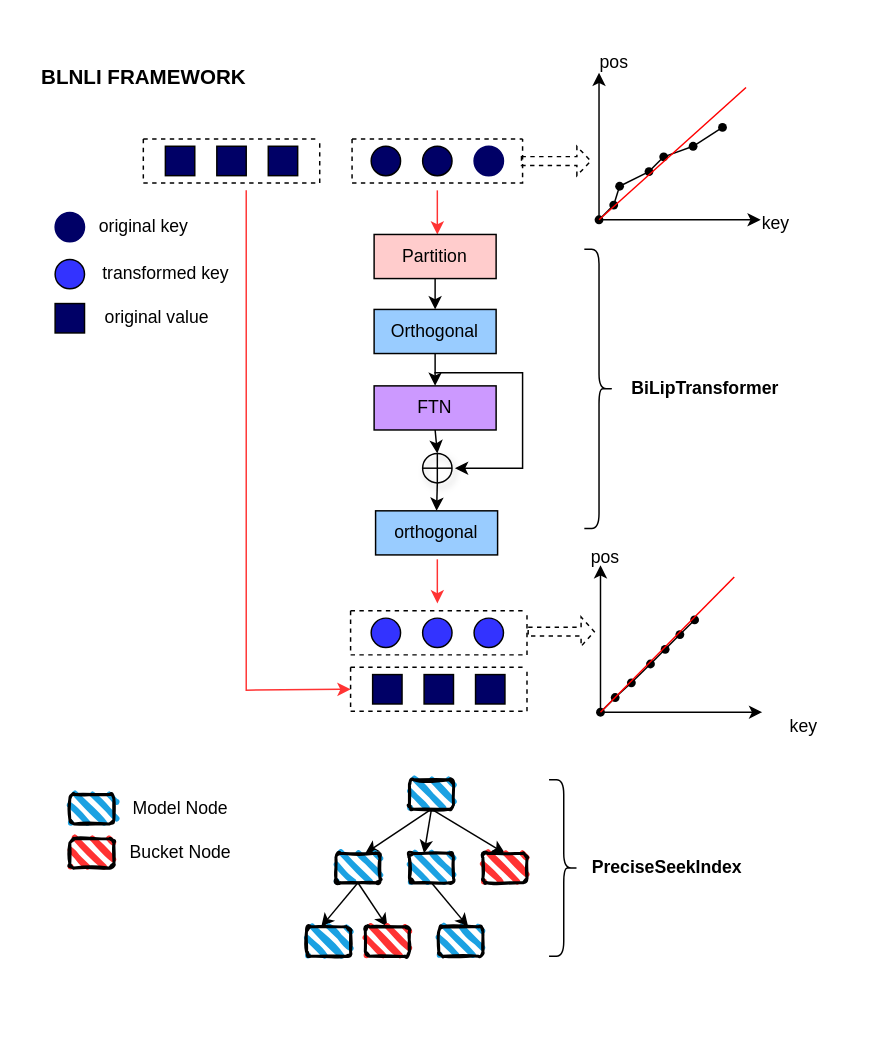
This is images/BLNLI.drawio from jingtao8a/draw.io, a draw.io file, before an edit. Source tidied: cells renumbered, new cells numbered last; positions are measured from the earlier drawing's top-left corner, leaving out a move shared by most shapes. Both pictures are drawn from the tidied source at 147%, with x=0, y=0 at pixel (25, 40).
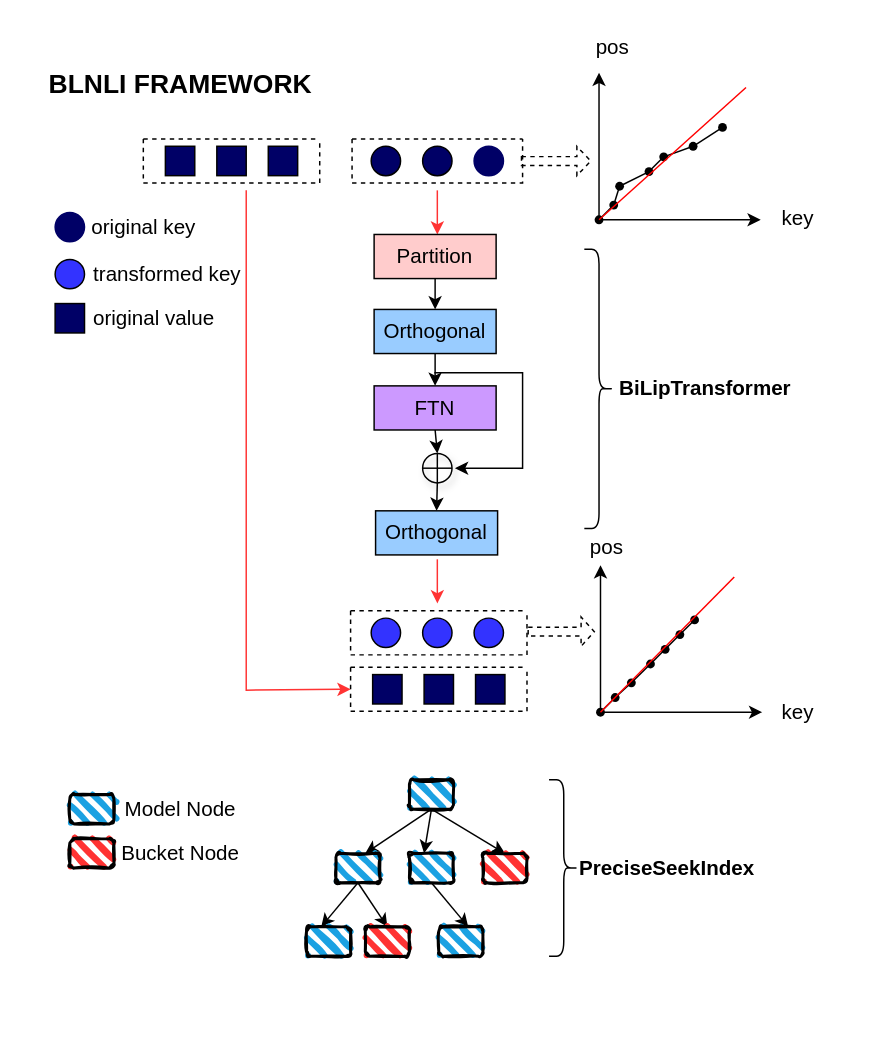
The same page after the edit.

The change refers to these unchanged cells:
```xml
<mxCell id="39" style="swimlane;startSize=0;strokeColor=none;" parent="1" vertex="1">
  <mxGeometry y="2" width="570" height="670" as="geometry" />
</mxCell>
```

The edit, as a diff of the source:
```diff
@@
-    <mxCell id="17" value="original value" style="text;html=1;align=center;verticalAlign=middle;strokeColor=none;fillColor=none;" parent="1" vertex="1">
-      <mxGeometry x="44" y="174" width="90" height="30" as="geometry" />
+    <mxCell id="17" value="&lt;font style=&quot;font-size: 14px;&quot;&gt;original value&lt;/font&gt;" style="text;html=1;align=center;verticalAlign=middle;strokeColor=none;fillColor=none;" parent="1" vertex="1">
+      <mxGeometry x="32" y="174" width="110" height="30" as="geometry" />
     </mxCell>
-    <mxCell id="18" value="transformed key" style="text;html=1;align=center;verticalAlign=middle;strokeColor=none;fillColor=none;" parent="1" vertex="1">
-      <mxGeometry x="40" y="144" width="110" height="30" as="geometry" />
+    <mxCell id="18" value="&lt;font style=&quot;font-size: 14px;&quot;&gt;transformed key&lt;/font&gt;" style="text;html=1;align=center;verticalAlign=middle;strokeColor=none;fillColor=none;" parent="1" vertex="1">
+      <mxGeometry x="36" y="144" width="120" height="30" as="geometry" />
     </mxCell>
-    <mxCell id="19" value="original key" style="text;html=1;align=center;verticalAlign=middle;strokeColor=none;fillColor=none;" parent="1" vertex="1">
-      <mxGeometry x="40" y="112" width="80" height="30" as="geometry" />
+    <mxCell id="19" value="&lt;font style=&quot;font-size: 14px;&quot;&gt;original key&lt;/font&gt;" style="text;html=1;align=center;verticalAlign=middle;strokeColor=none;fillColor=none;" parent="1" vertex="1">
+      <mxGeometry x="35" y="112" width="90" height="30" as="geometry" />
     </mxCell>
@@
-    <mxCell id="33" value="key" style="text;html=1;align=center;verticalAlign=middle;strokeColor=none;fillColor=none;" parent="1" vertex="1">
-      <mxGeometry x="490" y="110" width="40" height="30" as="geometry" />
-    </mxCell>
-    <mxCell id="34" value="pos" style="text;html=1;align=center;verticalAlign=middle;strokeColor=none;fillColor=none;" parent="1" vertex="1">
-      <mxGeometry x="380" width="40" height="30" as="geometry" />
+    <mxCell id="34" value="&lt;font style=&quot;font-size: 14px;&quot;&gt;pos&lt;/font&gt;" style="text;html=1;align=center;verticalAlign=middle;strokeColor=none;fillColor=none;" parent="1" vertex="1">
+      <mxGeometry x="374" y="-10" width="50" height="30" as="geometry" />
     </mxCell>
@@
-    <mxCell id="38" value="key" style="text;html=1;align=center;verticalAlign=middle;strokeColor=none;fillColor=none;" parent="1" vertex="1">
-      <mxGeometry x="509" y="452" width="40" height="30" as="geometry" />
-    </mxCell>
@@
-    <mxCell id="40" value="&lt;b&gt;&lt;font style=&quot;font-size: 14px;&quot;&gt;BLNLI FRAMEWORK&lt;/font&gt;&lt;/b&gt;" style="text;html=1;align=center;verticalAlign=middle;strokeColor=none;fillColor=none;" parent="39" vertex="1">
-      <mxGeometry y="8" width="160" height="30" as="geometry" />
+    <mxCell id="40" value="&lt;b&gt;&lt;font style=&quot;font-size: 18px;&quot;&gt;BLNLI FRAMEWORK&lt;/font&gt;&lt;/b&gt;" style="text;html=1;align=center;verticalAlign=middle;strokeColor=none;fillColor=none;" parent="39" vertex="1">
+      <mxGeometry x="5" y="8" width="200" height="40" as="geometry" />
     </mxCell>
@@
-    <mxCell id="44" value="&lt;b&gt;PreciseSeekIndex&lt;/b&gt;" style="text;html=1;align=center;verticalAlign=middle;strokeColor=none;fillColor=none;rotation=0;" parent="39" vertex="1">
-      <mxGeometry x="371" y="546" width="130" height="30" as="geometry" />
+    <mxCell id="44" value="&lt;b&gt;&lt;font style=&quot;font-size: 14px;&quot;&gt;PreciseSeekIndex&lt;/font&gt;&lt;/b&gt;" style="text;html=1;align=center;verticalAlign=middle;strokeColor=none;fillColor=none;rotation=0;" parent="39" vertex="1">
+      <mxGeometry x="366" y="546" width="140" height="30" as="geometry" />
     </mxCell>
@@
-    <mxCell id="61" value="Model Node" style="text;html=1;align=center;verticalAlign=middle;strokeColor=none;fillColor=none;" parent="39" vertex="1">
-      <mxGeometry x="60" y="506" width="90" height="30" as="geometry" />
+    <mxCell id="61" value="&lt;font style=&quot;font-size: 14px;&quot;&gt;Model Node&lt;/font&gt;" style="text;html=1;align=center;verticalAlign=middle;strokeColor=none;fillColor=none;" parent="39" vertex="1">
+      <mxGeometry x="55" y="506" width="100" height="30" as="geometry" />
     </mxCell>
-    <mxCell id="62" value="Bucket Node" style="text;html=1;align=center;verticalAlign=middle;strokeColor=none;fillColor=none;" parent="39" vertex="1">
-      <mxGeometry x="60" y="536" width="90" height="30" as="geometry" />
+    <mxCell id="62" value="&lt;font style=&quot;font-size: 14px;&quot;&gt;Bucket Node&lt;/font&gt;" style="text;html=1;align=center;verticalAlign=middle;strokeColor=none;fillColor=none;" parent="39" vertex="1">
+      <mxGeometry x="55" y="536" width="100" height="30" as="geometry" />
     </mxCell>
@@
-    <mxCell id="83" value="pos" style="text;html=1;align=center;verticalAlign=middle;strokeColor=none;fillColor=none;" parent="39" vertex="1">
-      <mxGeometry x="374" y="335" width="40" height="30" as="geometry" />
+    <mxCell id="83" value="&lt;font style=&quot;font-size: 14px;&quot;&gt;pos&lt;/font&gt;" style="text;html=1;align=center;verticalAlign=middle;strokeColor=none;fillColor=none;" parent="39" vertex="1">
+      <mxGeometry x="370" y="328" width="50" height="30" as="geometry" />
     </mxCell>
@@
-    <mxCell id="87" value="Orthogonal" style="rounded=0;whiteSpace=wrap;html=1;fillColor=#99CCFF;" parent="39" vertex="1">
+    <mxCell id="87" value="&lt;font style=&quot;font-size: 14px;&quot;&gt;Orthogonal&lt;/font&gt;" style="rounded=0;whiteSpace=wrap;html=1;fillColor=#99CCFF;" parent="39" vertex="1">
       <mxGeometry x="237" y="181" width="83" height="30" as="geometry" />
     </mxCell>
-    <mxCell id="88" value="orthogonal" style="rounded=0;whiteSpace=wrap;html=1;fillColor=#99CCFF;" parent="39" vertex="1">
+    <mxCell id="88" value="&lt;font style=&quot;font-size: 14px;&quot;&gt;Orthogonal&lt;/font&gt;" style="rounded=0;whiteSpace=wrap;html=1;fillColor=#99CCFF;" parent="39" vertex="1">
       <mxGeometry x="238" y="318" width="83" height="30" as="geometry" />
     </mxCell>
-    <mxCell id="89" value="FTN" style="rounded=0;whiteSpace=wrap;html=1;fillColor=#CC99FF;" parent="39" vertex="1">
+    <mxCell id="89" value="&lt;font style=&quot;font-size: 14px;&quot;&gt;FTN&lt;/font&gt;" style="rounded=0;whiteSpace=wrap;html=1;fillColor=#CC99FF;" parent="39" vertex="1">
       <mxGeometry x="237" y="233" width="83" height="30" as="geometry" />
     </mxCell>
@@
-    <mxCell id="97" value="Partition" style="rounded=0;whiteSpace=wrap;html=1;fillColor=#FFCCCC;" parent="39" vertex="1">
+    <mxCell id="97" value="&lt;font style=&quot;font-size: 14px;&quot;&gt;Partition&lt;/font&gt;" style="rounded=0;whiteSpace=wrap;html=1;fillColor=#FFCCCC;" parent="39" vertex="1">
       <mxGeometry x="237" y="130" width="83" height="30" as="geometry" />
     </mxCell>
@@
-    <mxCell id="99" value="&lt;b&gt;BiLipTransformer&lt;/b&gt;" style="text;html=1;align=center;verticalAlign=middle;strokeColor=none;fillColor=none;rotation=0;" parent="39" vertex="1">
-      <mxGeometry x="402" y="220" width="120" height="30" as="geometry" />
+    <mxCell id="99" value="&lt;b&gt;&lt;font style=&quot;font-size: 14px;&quot;&gt;BiLipTransformer&lt;/font&gt;&lt;/b&gt;" style="text;html=1;align=center;verticalAlign=middle;strokeColor=none;fillColor=none;rotation=0;" parent="39" vertex="1">
+      <mxGeometry x="392" y="220" width="140" height="30" as="geometry" />
     </mxCell>
+    <mxCell id="33" value="&lt;font style=&quot;font-size: 14px;&quot;&gt;key&lt;/font&gt;" style="text;html=1;align=center;verticalAlign=middle;strokeColor=none;fillColor=none;" parent="39" vertex="1">
+      <mxGeometry x="500" y="103.6" width="50" height="30" as="geometry" />
+    </mxCell>
+    <mxCell id="38" value="&lt;font style=&quot;font-size: 14px;&quot;&gt;key&lt;/font&gt;" style="text;html=1;align=center;verticalAlign=middle;strokeColor=none;fillColor=none;" parent="39" vertex="1">
+      <mxGeometry x="500" y="440" width="50" height="30" as="geometry" />
+    </mxCell>
```
